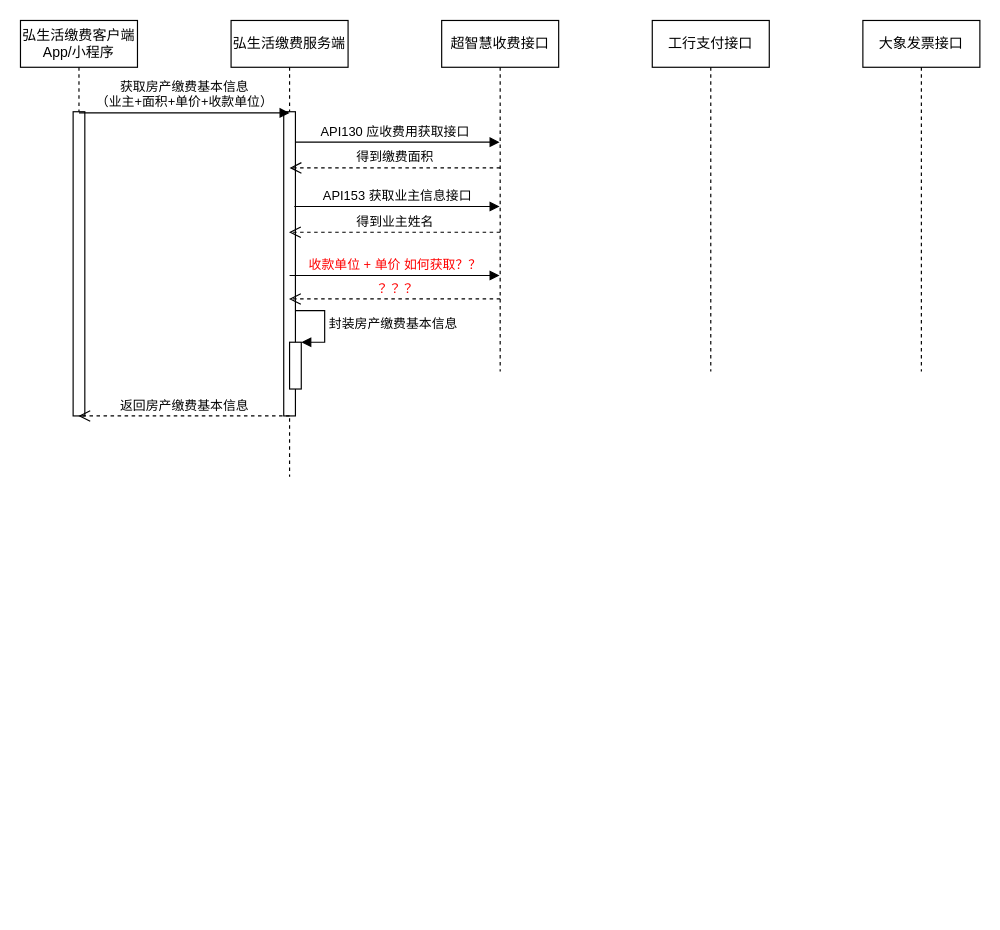
HUNTER-HAITAO/HUNTER-HAITAO keeps this draw.io diagram as C端物业缴费.drawio. Above is the earlier version. Source tidied: cells renumbered, new cells numbered last; positions are measured from the earlier drawing's top-left corner, leaving out a move shared by most shapes. Both pictures are drawn from the tidied source at 117%, with x=0, y=0 at pixel (20, 20).
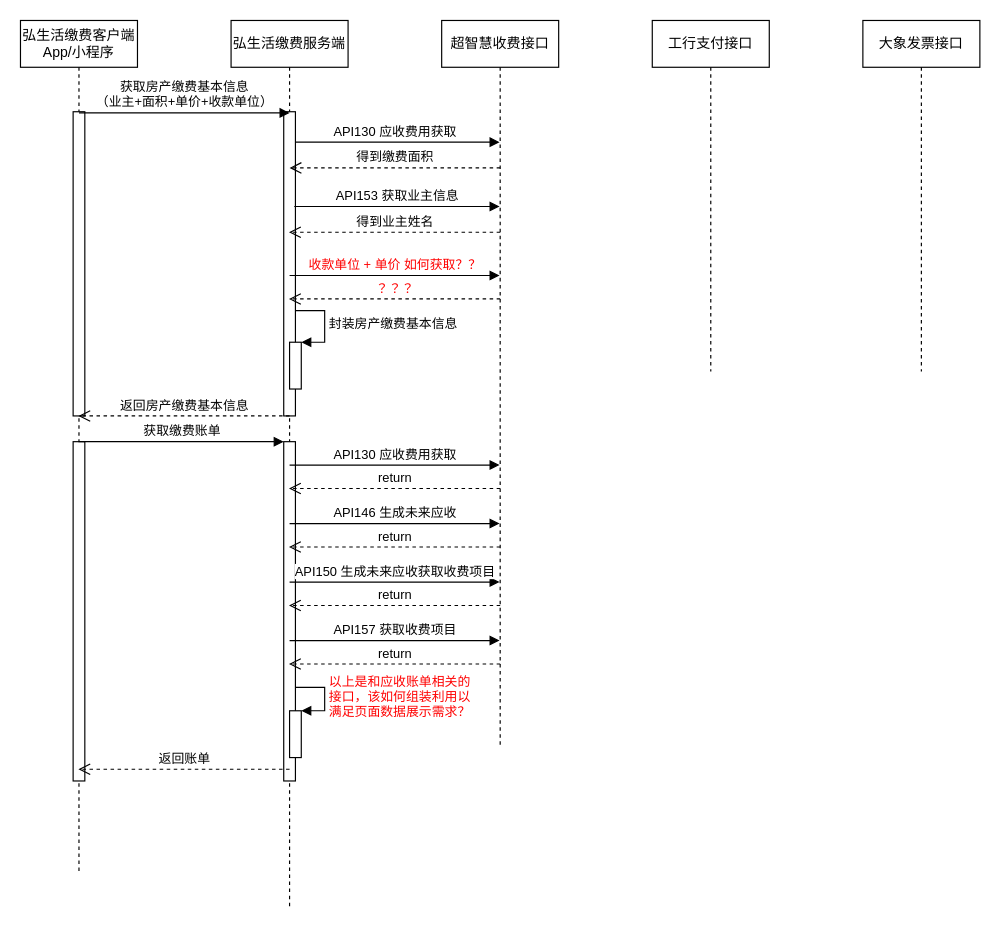
The same page after the edit.

Commit message:
Update C端物业缴费.drawio

Diff of the diagram source:
```diff
@@
     <mxCell id="2" value="弘生活缴费客户端&lt;br&gt;App/小程序" style="shape=umlLifeline;perimeter=lifelinePerimeter;whiteSpace=wrap;html=1;outlineConnect=0;" parent="1" vertex="1">
-      <mxGeometry width="100" height="330" as="geometry" />
+      <mxGeometry width="100" height="730" as="geometry" />
     </mxCell>
@@
+    <mxCell id="19" style="html=1;perimeter=orthogonalPerimeter;" parent="2" vertex="1">
+      <mxGeometry x="45" y="360" width="10" height="290" as="geometry" />
+    </mxCell>
     <mxCell id="4" value="弘生活缴费服务端" style="shape=umlLifeline;perimeter=lifelinePerimeter;whiteSpace=wrap;html=1;outlineConnect=0;" parent="1" vertex="1">
-      <mxGeometry x="180" width="100" height="390" as="geometry" />
+      <mxGeometry x="180" width="100" height="760" as="geometry" />
     </mxCell>
-    <mxCell id="5" value="API130 应收费用获取接口" style="html=1;verticalAlign=bottom;endArrow=block;" parent="4" edge="1">
+    <mxCell id="5" value="API130 应收费用获取" style="html=1;verticalAlign=bottom;endArrow=block;" parent="4" edge="1">
       <mxGeometry relative="1" as="geometry">
         <mxPoint x="50" y="104" as="sourcePoint" />
         <mxPoint x="229.5" y="104" as="targetPoint" />
       </mxGeometry>
     </mxCell>
@@
+    <mxCell id="20" style="html=1;points=[];perimeter=orthogonalPerimeter;" parent="4" vertex="1">
+      <mxGeometry x="45" y="360" width="10" height="290" as="geometry" />
+    </mxCell>
+    <mxCell id="21" value="API146 生成未来应收" style="html=1;verticalAlign=bottom;endArrow=block;" parent="4" edge="1" target="10">
+      <mxGeometry relative="1" as="geometry">
+        <mxPoint x="50" y="430" as="sourcePoint" />
+      </mxGeometry>
+    </mxCell>
+    <mxCell id="22" value="API150 生成未来应收获取收费项目" style="html=1;verticalAlign=bottom;endArrow=block;" parent="4" edge="1" target="10">
+      <mxGeometry relative="1" as="geometry">
+        <mxPoint x="50" y="480" as="sourcePoint" />
+      </mxGeometry>
+    </mxCell>
+    <mxCell id="23" value="API157 获取收费项目" style="html=1;verticalAlign=bottom;endArrow=block;" parent="4" edge="1" target="10">
+      <mxGeometry relative="1" as="geometry">
+        <mxPoint x="50" y="530" as="sourcePoint" />
+      </mxGeometry>
+    </mxCell>
+    <mxCell id="24" style="html=1;points=[];perimeter=orthogonalPerimeter;" parent="4" vertex="1">
+      <mxGeometry x="50" y="590" width="10" height="40" as="geometry" />
+    </mxCell>
+    <mxCell id="25" value="&lt;font color=&quot;#ff0000&quot;&gt;以上是和应收账单相关的&lt;br&gt;接口，该如何组装利用以&lt;br&gt;满足页面数据展示需求？&lt;/font&gt;" style="edgeStyle=orthogonalEdgeStyle;html=1;align=left;spacingLeft=2;endArrow=block;rounded=0;entryX=1;entryY=0;" parent="4" edge="1" target="24">
+      <mxGeometry relative="1" as="geometry">
+        <mxPoint x="55" y="570" as="sourcePoint" />
+        <Array as="points">
+          <mxPoint x="80" y="570" />
+        </Array>
+      </mxGeometry>
+    </mxCell>
     <mxCell id="10" value="超智慧收费接口" style="shape=umlLifeline;perimeter=lifelinePerimeter;whiteSpace=wrap;html=1;outlineConnect=0;" parent="1" vertex="1">
-      <mxGeometry x="360" width="100" height="300" as="geometry" />
+      <mxGeometry x="360" width="100" height="620" as="geometry" />
     </mxCell>
@@
-    <mxCell id="15" value="API153 获取业主信息接口" style="html=1;verticalAlign=bottom;endArrow=block;" parent="1" edge="1">
+    <mxCell id="15" value="API153 获取业主信息" style="html=1;verticalAlign=bottom;endArrow=block;" parent="1" edge="1">
       <mxGeometry relative="1" as="geometry">
         <mxPoint x="234" y="159" as="sourcePoint" />
         <mxPoint x="409.5" y="159" as="targetPoint" />
       </mxGeometry>
     </mxCell>
@@
+    <mxCell id="26" value="返回账单" style="html=1;verticalAlign=bottom;endArrow=open;dashed=1;endSize=8;" parent="1" edge="1">
+      <mxGeometry relative="1" as="geometry">
+        <mxPoint x="230" y="640" as="sourcePoint" />
+        <mxPoint x="49.5" y="640" as="targetPoint" />
+      </mxGeometry>
+    </mxCell>
+    <mxCell id="27" value="获取缴费账单" style="html=1;verticalAlign=bottom;endArrow=block;entryX=0;entryY=0;" parent="1" edge="1" source="2" target="20">
+      <mxGeometry relative="1" as="geometry" />
+    </mxCell>
+    <mxCell id="28" value="API130 应收费用获取" style="html=1;verticalAlign=bottom;endArrow=block;" parent="1" edge="1" target="10">
+      <mxGeometry relative="1" as="geometry">
+        <mxPoint x="230" y="380" as="sourcePoint" />
+      </mxGeometry>
+    </mxCell>
+    <mxCell id="29" value="return" style="html=1;verticalAlign=bottom;endArrow=open;dashed=1;endSize=8;" parent="1" edge="1" target="4">
+      <mxGeometry relative="1" as="geometry">
+        <mxPoint x="410" y="400" as="sourcePoint" />
+      </mxGeometry>
+    </mxCell>
+    <mxCell id="30" value="return" style="html=1;verticalAlign=bottom;endArrow=open;dashed=1;endSize=8;" parent="1" edge="1" target="4">
+      <mxGeometry relative="1" as="geometry">
+        <mxPoint x="410" y="450" as="sourcePoint" />
+      </mxGeometry>
+    </mxCell>
+    <mxCell id="31" value="return" style="html=1;verticalAlign=bottom;endArrow=open;dashed=1;endSize=8;" parent="1" edge="1" target="4">
+      <mxGeometry relative="1" as="geometry">
+        <mxPoint x="410" y="500" as="sourcePoint" />
+      </mxGeometry>
+    </mxCell>
+    <mxCell id="32" value="return" style="html=1;verticalAlign=bottom;endArrow=open;dashed=1;endSize=8;" parent="1" edge="1" target="4">
+      <mxGeometry relative="1" as="geometry">
+        <mxPoint x="410" y="550" as="sourcePoint" />
+      </mxGeometry>
+    </mxCell>
```
